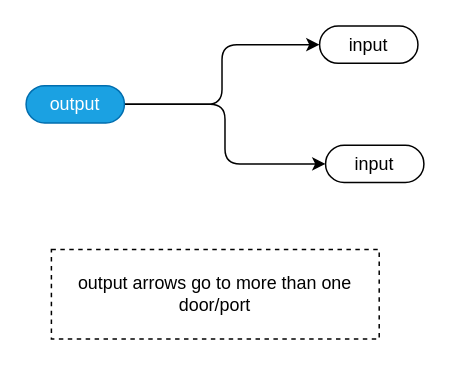
The draw.io diagram page "fan-out (split)" (19 of 31) of DPL syntax/DPL syntax.drawio in guitarvydas/0dproto, before the edit. Source tidied: cells renumbered, new cells numbered last; positions are measured from the earlier drawing's top-left corner, leaving out a move shared by most shapes. Both pictures are drawn from the tidied source at 149%, with x=0, y=0 at pixel (25, 25).
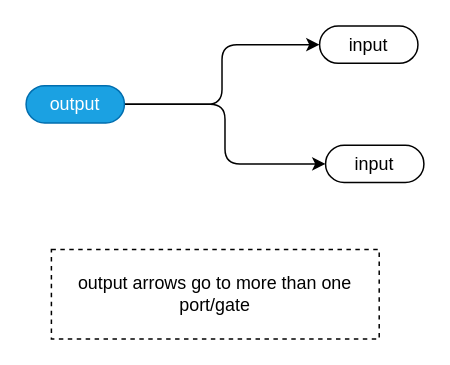
After the change.

Diff of the diagram source:
```diff
@@
 <mxGraphModel>
   <root>
     <mxCell id="0" />
     <mxCell id="1" parent="0" />
     <mxCell id="2" value="input" style="rounded=1;whiteSpace=wrap;html=1;sketch=0;points=[[0,0.5,0,0,0],[1,0.5,0,0,0]];arcSize=50;" parent="1" vertex="1">
       <mxGeometry x="197" width="66" height="25" as="geometry" />
     </mxCell>
     <mxCell id="3" style="edgeStyle=orthogonalEdgeStyle;rounded=1;jettySize=auto;html=1;exitX=1;exitY=0.5;exitDx=0;exitDy=0;exitPerimeter=0;entryX=0;entryY=0.5;entryDx=0;entryDy=0;entryPerimeter=0;" parent="1" edge="1" source="5" target="2">
       <mxGeometry relative="1" as="geometry" />
     </mxCell>
     <mxCell id="4" style="edgeStyle=orthogonalEdgeStyle;shape=connector;rounded=1;jettySize=auto;html=1;exitX=1;exitY=0.5;exitDx=0;exitDy=0;exitPerimeter=0;entryX=0;entryY=0.5;entryDx=0;entryDy=0;entryPerimeter=0;labelBackgroundColor=default;strokeColor=default;fontFamily=Helvetica;fontSize=11;fontColor=default;endArrow=classic;" parent="1" edge="1" source="5" target="6">
       <mxGeometry relative="1" as="geometry" />
     </mxCell>
     <mxCell id="5" value="output" style="rounded=1;whiteSpace=wrap;html=1;sketch=0;points=[[0,0.5,0,0,0],[1,0.5,0,0,0]];fillColor=#1ba1e2;fontColor=#ffffff;strokeColor=#006EAF;arcSize=50;" parent="1" vertex="1">
       <mxGeometry y="40" width="66" height="25" as="geometry" />
     </mxCell>
     <mxCell id="6" value="input" style="rounded=1;whiteSpace=wrap;html=1;sketch=0;points=[[0,0.5,0,0,0],[1,0.5,0,0,0]];arcSize=50;" parent="1" vertex="1">
       <mxGeometry x="201" y="80" width="66" height="25" as="geometry" />
     </mxCell>
-    <mxCell id="7" value="output arrows go to more than one door/port" style="rounded=0;whiteSpace=wrap;html=1;dashed=1;" parent="1" vertex="1">
+    <mxCell id="7" value="output arrows go to more than one port/gate" style="rounded=0;whiteSpace=wrap;html=1;dashed=1;" parent="1" vertex="1">
       <mxGeometry x="17" y="150" width="220" height="60" as="geometry" />
     </mxCell>
   </root>
 </mxGraphModel>
```
